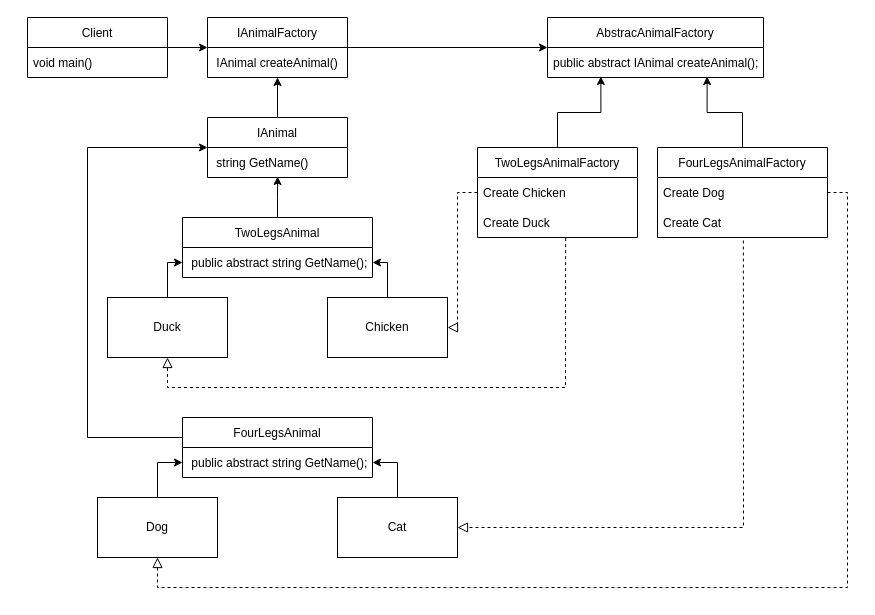
The draw.io diagram Abstract Factory.drawio in haihak/haihak, before the edit. Source tidied: cells renumbered, new cells numbered last; positions are measured from the earlier drawing's top-left corner, leaving out a move shared by most shapes. Both pictures are drawn from the tidied source at 100%, with x=0, y=0 at pixel (27, 17).
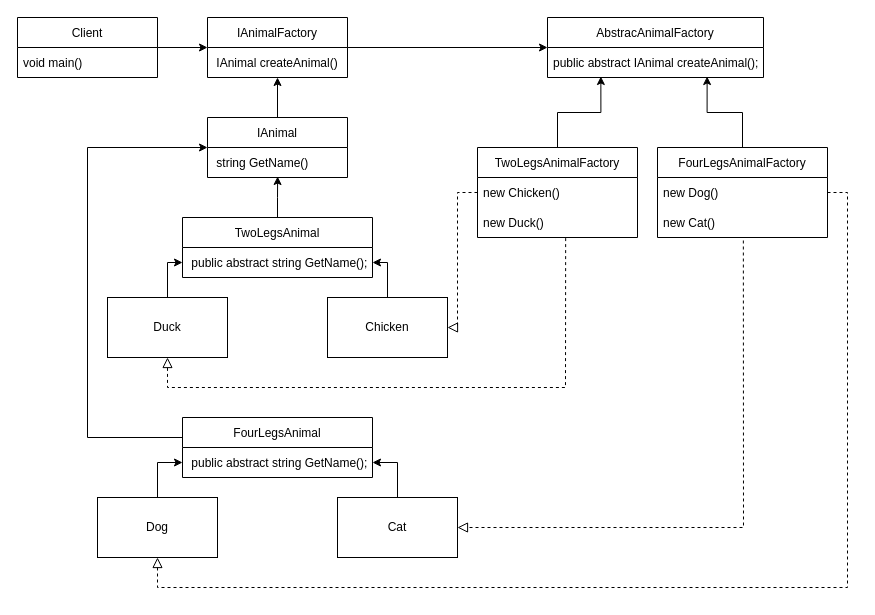
Above is the later version.

Unchanged cells that the change refers to:
```xml
<mxCell id="3" value="TwoLegsAnimalFactory" style="swimlane;fontStyle=0;horizontal=1;startSize=30;" parent="1" vertex="1">
  <mxGeometry x="450" y="130" width="160" height="90" as="geometry" />
</mxCell>
<mxCell id="7" value="FourLegsAnimalFactory" style="swimlane;fontStyle=0;horizontal=1;startSize=30;" parent="1" vertex="1">
  <mxGeometry x="630" y="130" width="170" height="90" as="geometry" />
</mxCell>
```

What changed in the source:
```diff
@@
-    <mxCell id="4" value="Create Chicken" style="text;strokeColor=none;fillColor=none;align=left;verticalAlign=middle;spacingLeft=4;spacingRight=4;overflow=hidden;points=[[0,0.5],[1,0.5]];portConstraint=eastwest;" parent="3" vertex="1">
+    <mxCell id="4" value="new Chicken()" style="text;strokeColor=none;fillColor=none;align=left;verticalAlign=middle;spacingLeft=4;spacingRight=4;overflow=hidden;points=[[0,0.5],[1,0.5]];portConstraint=eastwest;" parent="3" vertex="1">
       <mxGeometry y="30" width="160" height="30" as="geometry" />
     </mxCell>
-    <mxCell id="5" value="Create Duck" style="text;strokeColor=none;fillColor=none;align=left;verticalAlign=middle;spacingLeft=4;spacingRight=4;overflow=hidden;points=[[0,0.5],[1,0.5]];portConstraint=eastwest;" parent="3" vertex="1">
+    <mxCell id="5" value="new Duck()" style="text;strokeColor=none;fillColor=none;align=left;verticalAlign=middle;spacingLeft=4;spacingRight=4;overflow=hidden;points=[[0,0.5],[1,0.5]];portConstraint=eastwest;" parent="3" vertex="1">
       <mxGeometry y="60" width="160" height="30" as="geometry" />
     </mxCell>
@@
-    <mxCell id="8" value="Create Dog" style="text;strokeColor=none;fillColor=none;align=left;verticalAlign=middle;spacingLeft=4;spacingRight=4;overflow=hidden;points=[[0,0.5],[1,0.5]];portConstraint=eastwest;" parent="7" vertex="1">
+    <mxCell id="8" value="new Dog()" style="text;strokeColor=none;fillColor=none;align=left;verticalAlign=middle;spacingLeft=4;spacingRight=4;overflow=hidden;points=[[0,0.5],[1,0.5]];portConstraint=eastwest;" parent="7" vertex="1">
       <mxGeometry y="30" width="170" height="30" as="geometry" />
     </mxCell>
-    <mxCell id="9" value="Create Cat" style="text;strokeColor=none;fillColor=none;align=left;verticalAlign=middle;spacingLeft=4;spacingRight=4;overflow=hidden;points=[[0,0.5],[1,0.5]];portConstraint=eastwest;" parent="7" vertex="1">
+    <mxCell id="9" value="new Cat()" style="text;strokeColor=none;fillColor=none;align=left;verticalAlign=middle;spacingLeft=4;spacingRight=4;overflow=hidden;points=[[0,0.5],[1,0.5]];portConstraint=eastwest;" parent="7" vertex="1">
       <mxGeometry y="60" width="170" height="30" as="geometry" />
     </mxCell>
@@
     <mxCell id="29" value="Client" style="swimlane;fontStyle=0;horizontal=1;startSize=30;" parent="1" vertex="1">
-      <mxGeometry width="140" height="60" as="geometry" />
+      <mxGeometry x="-10" width="140" height="60" as="geometry" />
     </mxCell>
```
